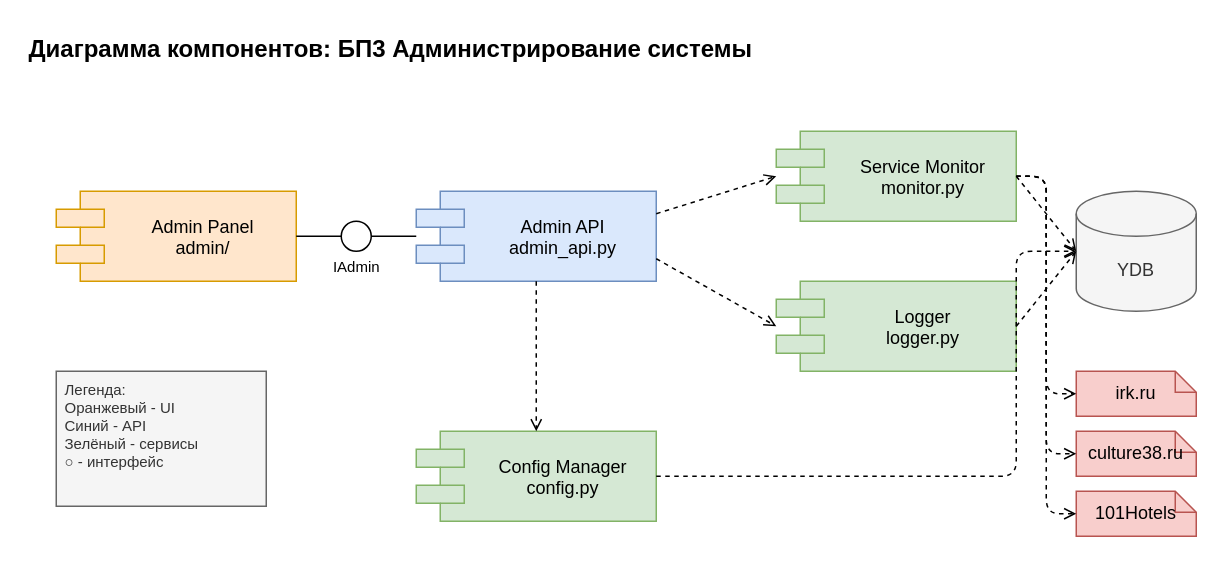
Earlier version of the draw.io diagram page "БП3 Администрирование" (3 of 3) of models/COMPONENT/component_diagrams.drawio (Vad1mah/irkutsk-tourism-ias). Source tidied: cells renumbered, new cells numbered last; positions are measured from the earlier drawing's top-left corner, leaving out a move shared by most shapes. Both pictures are drawn from the tidied source at 150%, with x=0, y=0 at pixel (26, 26).
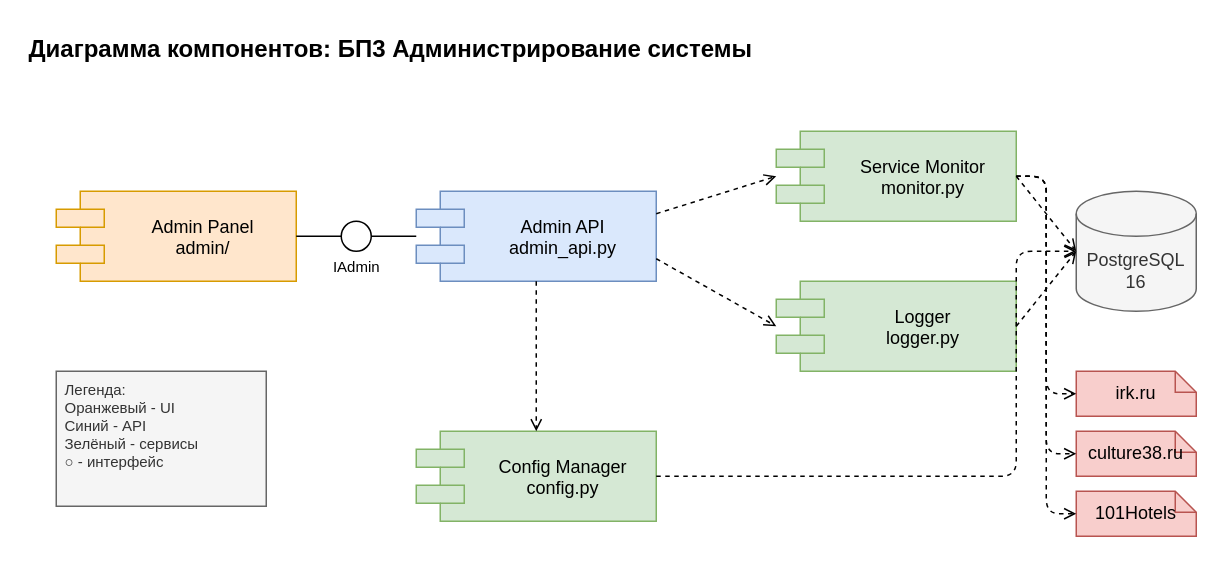
The same diagram, later.

What changed in the source:
```diff
@@
-    <mxCell id="8" value="YDB" style="shape=cylinder3;whiteSpace=wrap;html=1;boundedLbl=1;backgroundOutline=1;size=15;fillColor=#f5f5f5;strokeColor=#666666;fontColor=#333333;" parent="1" vertex="1">
+    <mxCell id="8" value="PostgreSQL 16" style="shape=cylinder3;whiteSpace=wrap;html=1;boundedLbl=1;backgroundOutline=1;size=15;fillColor=#f5f5f5;strokeColor=#666666;fontColor=#333333;" parent="1" vertex="1">
       <mxGeometry x="700" y="110" width="80" height="80" as="geometry" />
     </mxCell>
```
